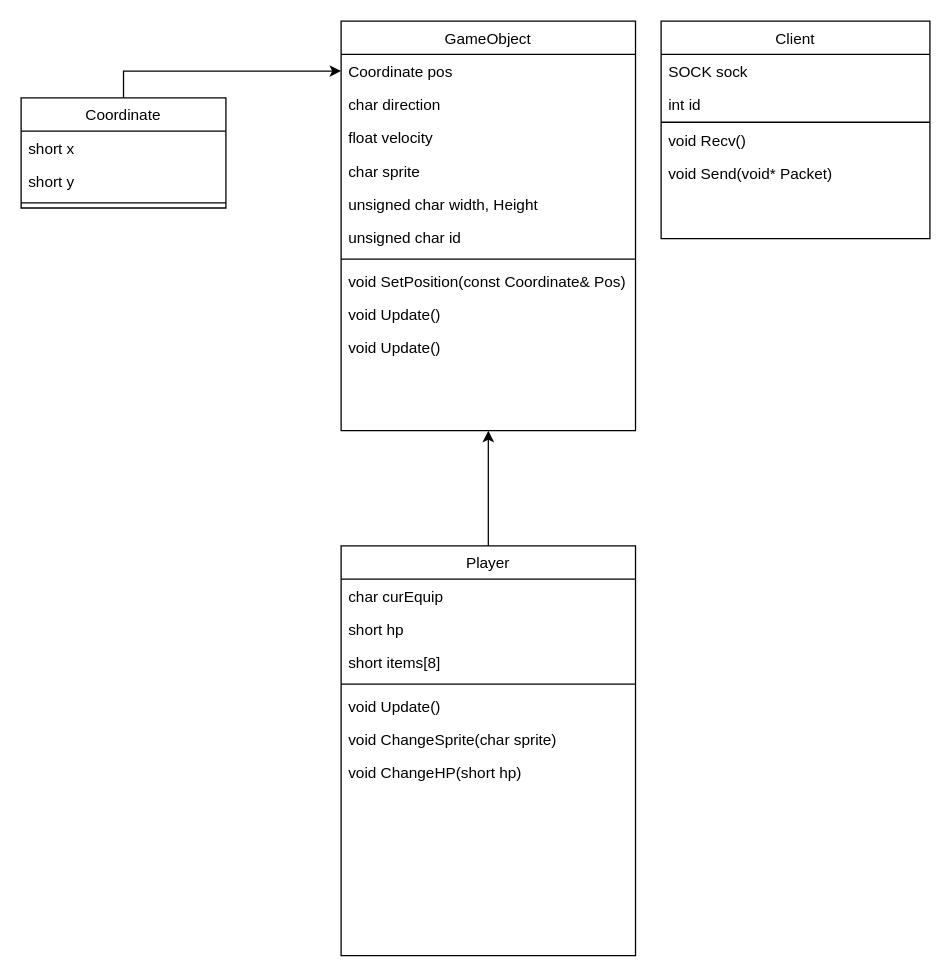
The draw.io diagram server_class_diagram.drawio in kakik/agari, before the edit. Source tidied: cells renumbered, new cells numbered last; positions are measured from the earlier drawing's top-left corner, leaving out a move shared by most shapes. Both pictures are drawn from the tidied source at 128%, with x=0, y=0 at pixel (20, 20).
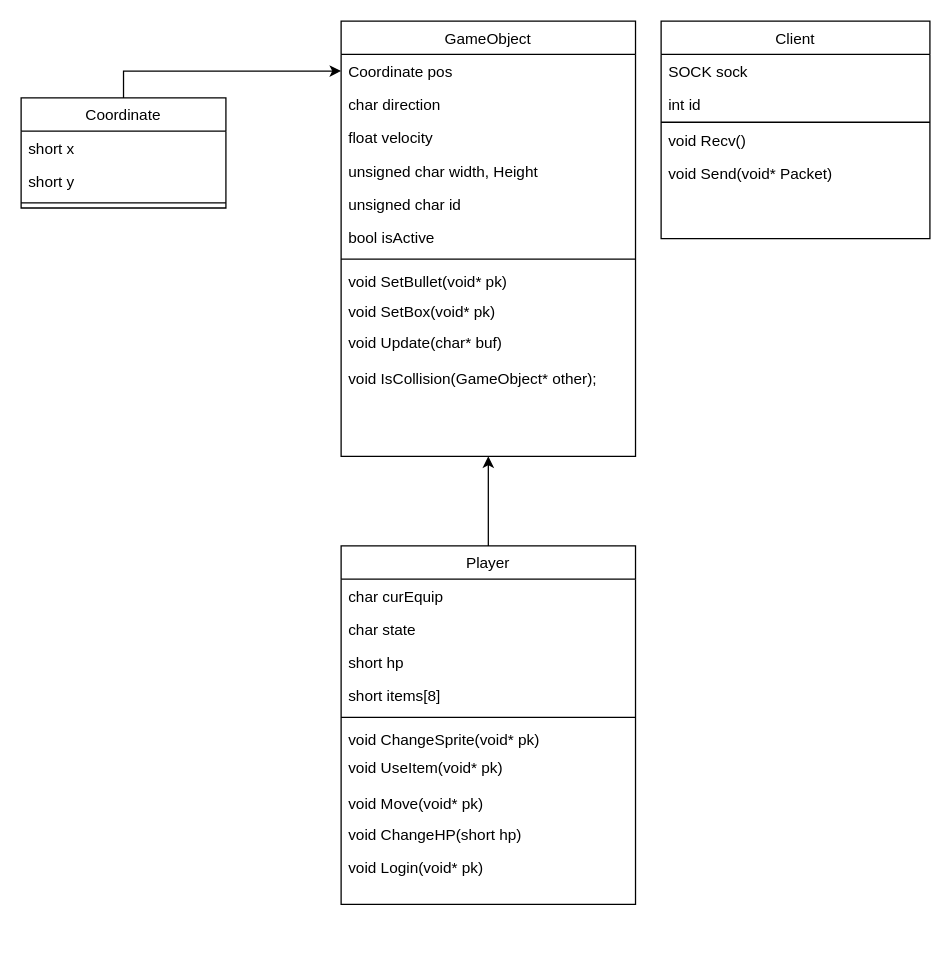
The same diagram, later.

Diff of the diagram source:
```diff
@@
     <mxCell id="3" value="Player" style="swimlane;fontStyle=0;align=center;verticalAlign=top;horizontal=1;startSize=26;rounded=0;shadow=0;strokeWidth=1;" parent="1" vertex="1">
-      <mxGeometry x="250" y="410" width="230" height="320" as="geometry" />
+      <mxGeometry x="250" y="410" width="230" height="280" as="geometry" />
     </mxCell>
@@
+    <mxCell id="33" value="char state" style="text;align=left;verticalAlign=top;spacingLeft=4;spacingRight=4;overflow=hidden;rounded=0;shadow=0;html=0;" parent="3" vertex="1">
+      <mxGeometry y="52" width="230" height="26" as="geometry" />
+    </mxCell>
     <mxCell id="5" value="short hp" style="text;align=left;verticalAlign=top;spacingLeft=4;spacingRight=4;overflow=hidden;rounded=0;shadow=0;html=0;" parent="3" vertex="1">
-      <mxGeometry y="52" width="230" height="26" as="geometry" />
+      <mxGeometry y="78" width="230" height="26" as="geometry" />
     </mxCell>
     <mxCell id="6" value="short items[8]" style="text;align=left;verticalAlign=top;spacingLeft=4;spacingRight=4;overflow=hidden;rounded=0;shadow=0;html=0;" parent="3" vertex="1">
-      <mxGeometry y="78" width="230" height="26" as="geometry" />
+      <mxGeometry y="104" width="230" height="26" as="geometry" />
     </mxCell>
     <mxCell id="7" style="line;html=1;strokeWidth=1;align=left;verticalAlign=middle;spacingTop=-1;spacingLeft=3;spacingRight=3;labelPosition=right;" parent="3" vertex="1">
-      <mxGeometry y="104" width="230" height="8" as="geometry" />
+      <mxGeometry y="130" width="230" height="8" as="geometry" />
     </mxCell>
-    <mxCell id="8" value="void Update()" style="text;align=left;verticalAlign=top;spacingLeft=4;spacingRight=4;overflow=hidden;fontStyle=0;" parent="3" vertex="1">
-      <mxGeometry y="112" width="230" height="26" as="geometry" />
-    </mxCell>
-    <mxCell id="9" value="void ChangeSprite(char sprite)" style="text;align=left;verticalAlign=top;spacingLeft=4;spacingRight=4;overflow=hidden;" parent="3" vertex="1">
-      <mxGeometry y="138" width="230" height="26" as="geometry" />
+    <mxCell id="9" value="void ChangeSprite(void* pk)" style="text;align=left;verticalAlign=top;spacingLeft=4;spacingRight=4;overflow=hidden;" parent="3" vertex="1">
+      <mxGeometry y="138" width="230" height="22" as="geometry" />
     </mxCell>
+    <mxCell id="34" value="void UseItem(void* pk)" style="text;align=left;verticalAlign=top;spacingLeft=4;spacingRight=4;overflow=hidden;rounded=0;shadow=0;html=0;" parent="3" vertex="1">
+      <mxGeometry y="160" width="230" height="28" as="geometry" />
+    </mxCell>
+    <mxCell id="35" value="void Move(void* pk)" style="text;align=left;verticalAlign=top;spacingLeft=4;spacingRight=4;overflow=hidden;rounded=0;shadow=0;html=0;" parent="3" vertex="1">
+      <mxGeometry y="188" width="230" height="24" as="geometry" />
+    </mxCell>
     <mxCell id="10" value="void ChangeHP(short hp)" style="text;align=left;verticalAlign=top;spacingLeft=4;spacingRight=4;overflow=hidden;" parent="3" vertex="1">
-      <mxGeometry y="164" width="230" height="26" as="geometry" />
+      <mxGeometry y="212" width="230" height="26" as="geometry" />
     </mxCell>
+    <mxCell id="36" value="void Login(void* pk)" style="text;align=left;verticalAlign=top;spacingLeft=4;spacingRight=4;overflow=hidden;rounded=0;shadow=0;html=0;" parent="3" vertex="1">
+      <mxGeometry y="238" width="230" height="24" as="geometry" />
+    </mxCell>
@@
     <mxCell id="16" value="GameObject" style="swimlane;fontStyle=0;align=center;verticalAlign=top;horizontal=1;startSize=26;rounded=0;shadow=0;strokeWidth=1;" parent="1" vertex="1">
-      <mxGeometry x="250" width="230" height="320" as="geometry" />
+      <mxGeometry x="250" width="230" height="340" as="geometry" />
     </mxCell>
@@
-    <mxCell id="20" value="char sprite" style="text;align=left;verticalAlign=top;spacingLeft=4;spacingRight=4;overflow=hidden;" parent="16" vertex="1">
-      <mxGeometry y="104" width="230" height="26" as="geometry" />
-    </mxCell>
     <mxCell id="21" value="unsigned char width, Height" style="text;align=left;verticalAlign=top;spacingLeft=4;spacingRight=4;overflow=hidden;" parent="16" vertex="1">
-      <mxGeometry y="130" width="230" height="26" as="geometry" />
+      <mxGeometry y="104" width="230" height="26" as="geometry" />
     </mxCell>
     <mxCell id="22" value="unsigned char id" style="text;align=left;verticalAlign=top;spacingLeft=4;spacingRight=4;overflow=hidden;" parent="16" vertex="1">
-      <mxGeometry y="156" width="230" height="26" as="geometry" />
+      <mxGeometry y="130" width="230" height="26" as="geometry" />
     </mxCell>
+    <mxCell id="37" value="bool isActive" style="text;align=left;verticalAlign=top;spacingLeft=4;spacingRight=4;overflow=hidden;" parent="16" vertex="1">
+      <mxGeometry y="156" width="230" height="26" as="geometry" />
+    </mxCell>
@@
-    <mxCell id="24" value="void SetPosition(const Coordinate&amp; Pos)" style="text;align=left;verticalAlign=top;spacingLeft=4;spacingRight=4;overflow=hidden;rounded=0;shadow=0;html=0;" parent="16" vertex="1">
-      <mxGeometry y="190" width="230" height="26" as="geometry" />
-    </mxCell>
-    <mxCell id="25" value="void Update()" style="text;align=left;verticalAlign=top;spacingLeft=4;spacingRight=4;overflow=hidden;rounded=0;shadow=0;html=0;" parent="16" vertex="1">
-      <mxGeometry y="216" width="230" height="26" as="geometry" />
-    </mxCell>
-    <mxCell id="26" value="void Update()" style="text;align=left;verticalAlign=top;spacingLeft=4;spacingRight=4;overflow=hidden;rounded=0;shadow=0;html=0;" parent="16" vertex="1">
-      <mxGeometry y="242" width="230" height="26" as="geometry" />
-    </mxCell>
+    <mxCell id="38" value="void SetBullet(void* pk)" style="text;align=left;verticalAlign=top;spacingLeft=4;spacingRight=4;overflow=hidden;rounded=0;shadow=0;html=0;" parent="16" vertex="1">
+      <mxGeometry y="190" width="230" height="24" as="geometry" />
+    </mxCell>
+    <mxCell id="39" value="void SetBox(void* pk)" style="text;align=left;verticalAlign=top;spacingLeft=4;spacingRight=4;overflow=hidden;rounded=0;shadow=0;html=0;" parent="16" vertex="1">
+      <mxGeometry y="214" width="230" height="24" as="geometry" />
+    </mxCell>
+    <mxCell id="40" value="void Update(char* buf)" style="text;align=left;verticalAlign=top;spacingLeft=4;spacingRight=4;overflow=hidden;rounded=0;shadow=0;html=0;" parent="16" vertex="1">
+      <mxGeometry y="238" width="230" height="28" as="geometry" />
+    </mxCell>
+    <mxCell id="41" value="void IsCollision(GameObject* other);" style="text;align=left;verticalAlign=top;spacingLeft=4;spacingRight=4;overflow=hidden;rounded=0;shadow=0;html=0;" parent="16" vertex="1">
+      <mxGeometry y="266" width="230" height="28" as="geometry" />
+    </mxCell>
```
